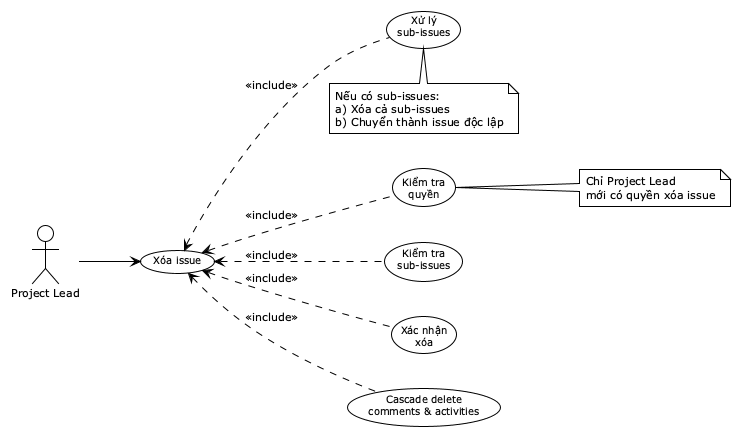
The PlantUML diagram reports/dat-examples/report/images/uc03_4_delete_issue.png in toantran292/datn, before a commit. The source it was exported from:
```plantuml
@startuml
!theme plain
skinparam defaultFontSize 11
skinparam usecaseFontSize 10

left to right direction

actor "Project Lead" as PL

usecase "Xóa issue" as UC_Delete
usecase "Kiểm tra\nquyền" as UC_CheckPerm
usecase "Kiểm tra\nsub-issues" as UC_CheckSub
usecase "Xác nhận\nxóa" as UC_Confirm
usecase "Cascade delete\ncomments & activities" as UC_Cascade
usecase "Xử lý\nsub-issues" as UC_HandleSub

PL --> UC_Delete

UC_CheckPerm .up.> UC_Delete : <<include>>
UC_CheckSub .up.> UC_Delete : <<include>>
UC_Confirm .up.> UC_Delete : <<include>>
UC_Cascade .up.> UC_Delete : <<include>>
UC_HandleSub .up.> UC_Delete : <<include>>

note right of UC_CheckPerm
  Chỉ Project Lead
  mới có quyền xóa issue
end note

note bottom of UC_HandleSub
  Nếu có sub-issues:
  a) Xóa cả sub-issues
  b) Chuyển thành issue độc lập
end note

@enduml
```
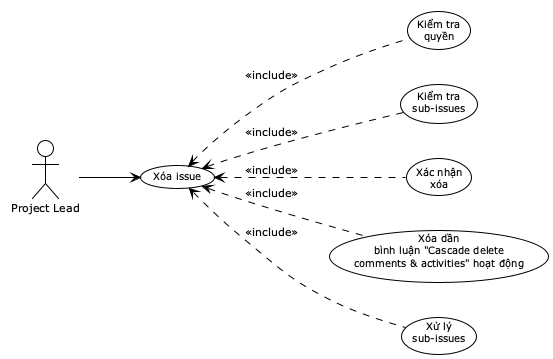
Above is the later version.

The edit, as a diff of the source:
```diff
@@ -11,7 +11,7 @@
 usecase "Kiểm tra\nquyền" as UC_CheckPerm
 usecase "Kiểm tra\nsub-issues" as UC_CheckSub
 usecase "Xác nhận\nxóa" as UC_Confirm
-usecase "Cascade delete\ncomments & activities" as UC_Cascade
+usecase "Xóa dần\nbình luận "Cascade delete\ncomments & activities" hoạt động" as UC_Cascade
 usecase "Xử lý\nsub-issues" as UC_HandleSub
 
 PL --> UC_Delete
@@ -22,15 +22,6 @@
 UC_Cascade .up.> UC_Delete : <<include>>
 UC_HandleSub .up.> UC_Delete : <<include>>
 
-note right of UC_CheckPerm
-  Chỉ Project Lead
-  mới có quyền xóa issue
-end note
 
-note bottom of UC_HandleSub
-  Nếu có sub-issues:
-  a) Xóa cả sub-issues
-  b) Chuyển thành issue độc lập
-end note
 
 @enduml
```
